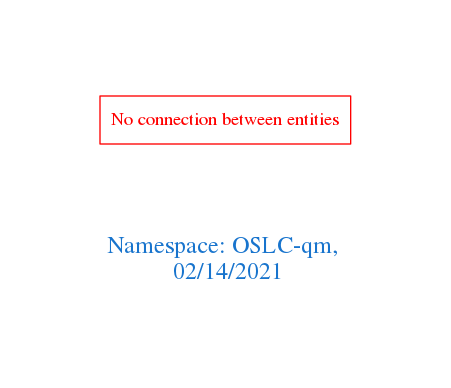
The Graphviz diagram downloads/OSLC-qm.png in arago/OGIT, before a commit. Its source is kept beside it as downloads/OSLC-qm.dot.
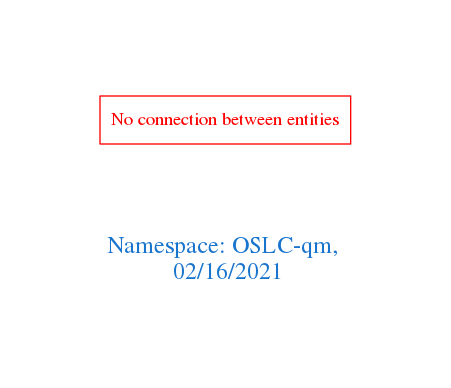
Later version of the same file.

Diff of the diagram source:
```diff
@@ -1,7 +1,7 @@
 digraph OGIT_ontology {
  graph [ rankdir= LR,pad=1
 fontsize = 18,
-fontcolor= dodgerblue3,label = "\n\n\nNamespace: OSLC-qm, \n 02/14/2021"];
+fontcolor= dodgerblue3,label = "\n\n\nNamespace: OSLC-qm, \n 02/16/2021"];
 node[shape=polygon];
 edge [  color="gray81"];
 
```
